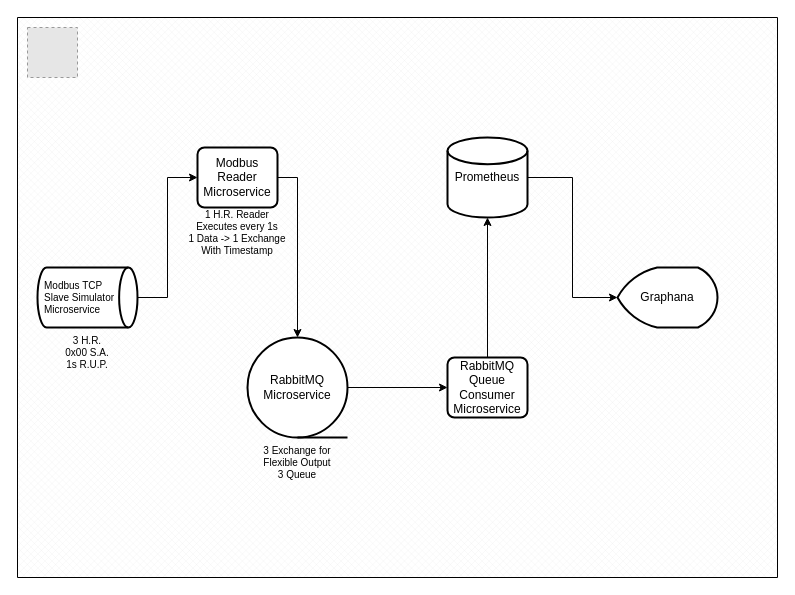
The draw.io diagram Documents/Architecture_V1.drawio in dipcikibrahim/smartpulse-case, before the edit. Source tidied: cells renumbered, new cells numbered last; positions are measured from the earlier drawing's top-left corner, leaving out a move shared by most shapes. Both pictures are drawn from the tidied source at 100%, with x=0, y=0 at pixel (17, 17). Pictures stored in the file or linked from it are replaced by grey dashed boxes.
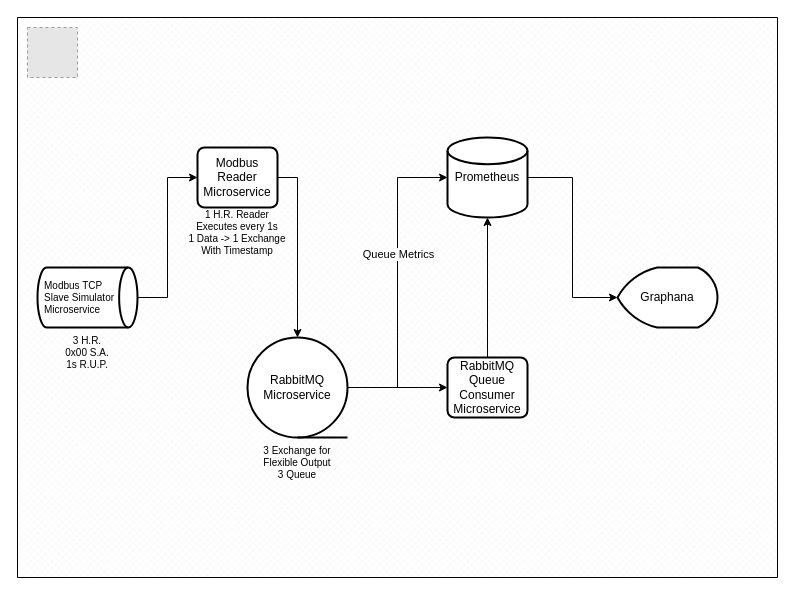
Above is the later version.

The change refers to these unchanged cells:
```xml
<mxCell id="11" value="RabbitMQ Microservice" style="strokeWidth=2;html=1;shape=mxgraph.flowchart.sequential_data;whiteSpace=wrap;" parent="1" vertex="1">
  <mxGeometry x="230" y="320" width="100" height="100" as="geometry" />
</mxCell>
<mxCell id="14" value="Prometheus" style="strokeWidth=2;html=1;shape=mxgraph.flowchart.database;whiteSpace=wrap;" parent="1" vertex="1">
  <mxGeometry x="430" y="120" width="80" height="80" as="geometry" />
</mxCell>
```

What changed in the source:
```diff
@@
+    <mxCell id="18" style="edgeStyle=orthogonalEdgeStyle;rounded=0;jettySize=auto;html=1;entryX=0;entryY=0.5;entryDx=0;entryDy=0;entryPerimeter=0;" parent="1" edge="1" source="11" target="14">
+      <mxGeometry relative="1" as="geometry">
+        <Array as="points">
+          <mxPoint x="380" y="370" />
+          <mxPoint x="380" y="160" />
+        </Array>
+      </mxGeometry>
+    </mxCell>
+    <mxCell id="19" value="Queue Metrics" style="edgeLabel;html=1;align=center;verticalAlign=middle;" parent="18" vertex="1">
+      <mxGeometry x="0.19" relative="1" as="geometry" />
+    </mxCell>
```
